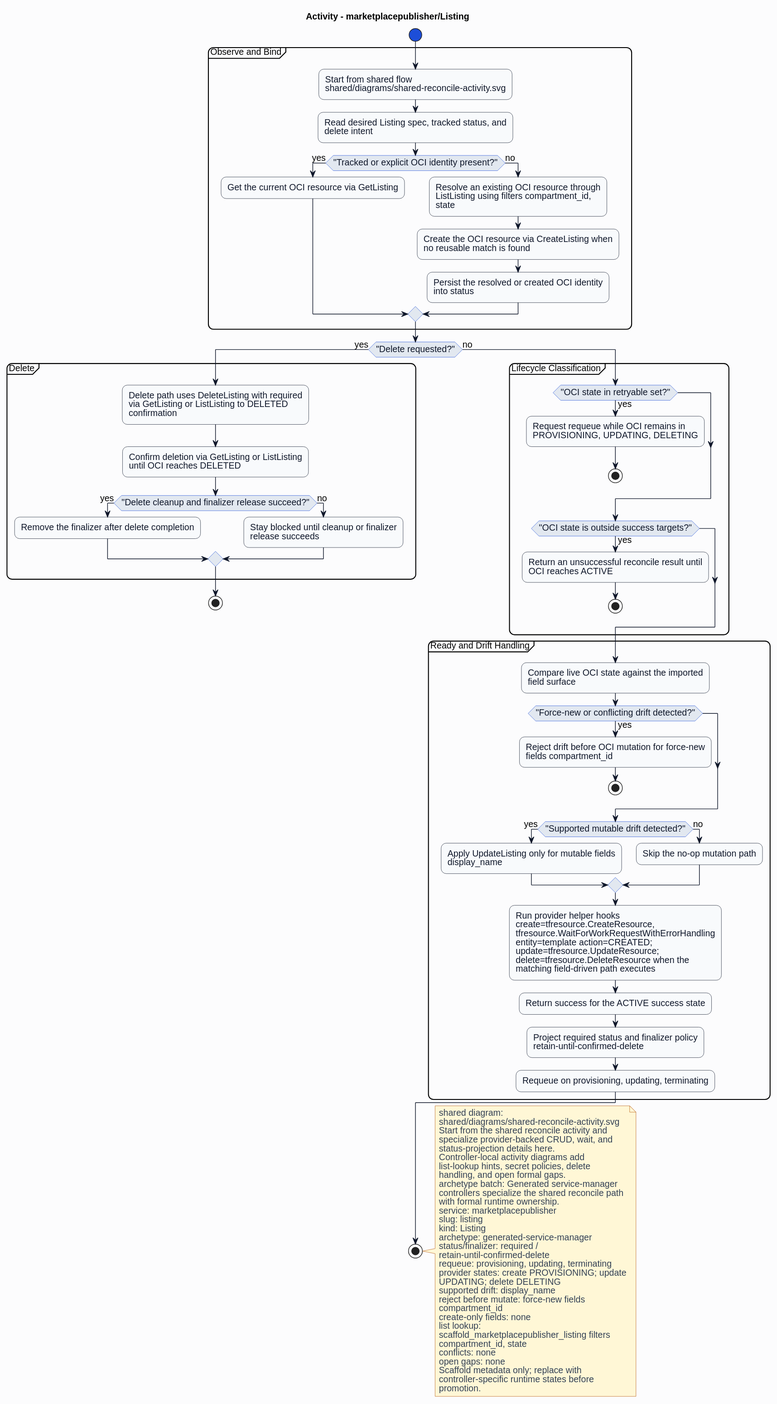
The PlantUML diagram formal/controllers/marketplacepublisher/listing/diagrams/activity.svg in HaoyL666/oci-service-operator, before a commit. Its diagram source:
```plantuml
@startuml
skinparam shadowing false
skinparam backgroundColor #fcfcfd
skinparam defaultFontName Helvetica
skinparam defaultFontSize 14
skinparam arrowColor #0f172a
skinparam noteBackgroundColor #fff7d6
skinparam noteBorderColor #b45309
skinparam noteFontColor #334155
skinparam roundcorner 16
title Activity - marketplacepublisher/Listing
skinparam activity {
  backgroundColor #f8fafc
  borderColor #0f172a
  fontColor #0f172a
  diamondBackgroundColor #e2e8f0
  diamondBorderColor #1d4ed8
  diamondFontColor #0f172a
  startColor #1d4ed8
  endColor #0f172a
  barColor #1d4ed8
}
start
partition "Observe and Bind" {
:Start from shared flow\nshared/diagrams/shared-reconcile-activity.svg;
:Read desired Listing spec, tracked status, and\ndelete intent;
if ("Tracked or explicit OCI identity present?") then (yes)
:Get the current OCI resource via GetListing;
else (no)
:Resolve an existing OCI resource through\nListListing using filters compartment_id,\nstate;
:Create the OCI resource via CreateListing when\nno reusable match is found;
:Persist the resolved or created OCI identity\ninto status;
endif
}
if ("Delete requested?") then (yes)
partition "Delete" {
:Delete path uses DeleteListing with required\nvia GetListing or ListListing to DELETED\nconfirmation;
:Confirm deletion via GetListing or ListListing\nuntil OCI reaches DELETED;
if ("Delete cleanup and finalizer release succeed?") then (yes)
:Remove the finalizer after delete completion;
else (no)
:Stay blocked until cleanup or finalizer\nrelease succeeds;
endif
}
stop
else (no)
partition "Lifecycle Classification" {
if ("OCI state in retryable set?") then (yes)
:Request requeue while OCI remains in\nPROVISIONING, UPDATING, DELETING;
stop
endif
if ("OCI state is outside success targets?") then (yes)
:Return an unsuccessful reconcile result until\nOCI reaches ACTIVE;
stop
endif
}
partition "Ready and Drift Handling" {
:Compare live OCI state against the imported\nfield surface;
if ("Force-new or conflicting drift detected?") then (yes)
:Reject drift before OCI mutation for force-new\nfields compartment_id;
stop
endif
if ("Supported mutable drift detected?") then (yes)
:Apply UpdateListing only for mutable fields\ndisplay_name;
else (no)
:Skip the no-op mutation path;
endif
:Run provider helper hooks\ncreate=tfresource.CreateResource,\ntfresource.WaitForWorkRequestWithErrorHandling\nentity=template action=CREATED;\nupdate=tfresource.UpdateResource;\ndelete=tfresource.DeleteResource when the\nmatching field-driven path executes;
:Return success for the ACTIVE success state;
:Project required status and finalizer policy\nretain-until-confirmed-delete;
:Requeue on provisioning, updating, terminating;
}
endif
stop
note right
shared diagram:
shared/diagrams/shared-reconcile-activity.svg
Start from the shared reconcile activity and
specialize provider-backed CRUD, wait, and
status-projection details here.
Controller-local activity diagrams add
list-lookup hints, secret policies, delete
handling, and open formal gaps.
archetype batch: Generated service-manager
controllers specialize the shared reconcile path
with formal runtime ownership.
service: marketplacepublisher
slug: listing
kind: Listing
archetype: generated-service-manager
status/finalizer: required /
retain-until-confirmed-delete
requeue: provisioning, updating, terminating
provider states: create PROVISIONING; update
UPDATING; delete DELETING
supported drift: display_name
reject before mutate: force-new fields
compartment_id
create-only fields: none
list lookup:
scaffold_marketplacepublisher_listing filters
compartment_id, state
conflicts: none
open gaps: none
Scaffold metadata only; replace with
controller-specific runtime states before
promotion.
end note
@enduml
```
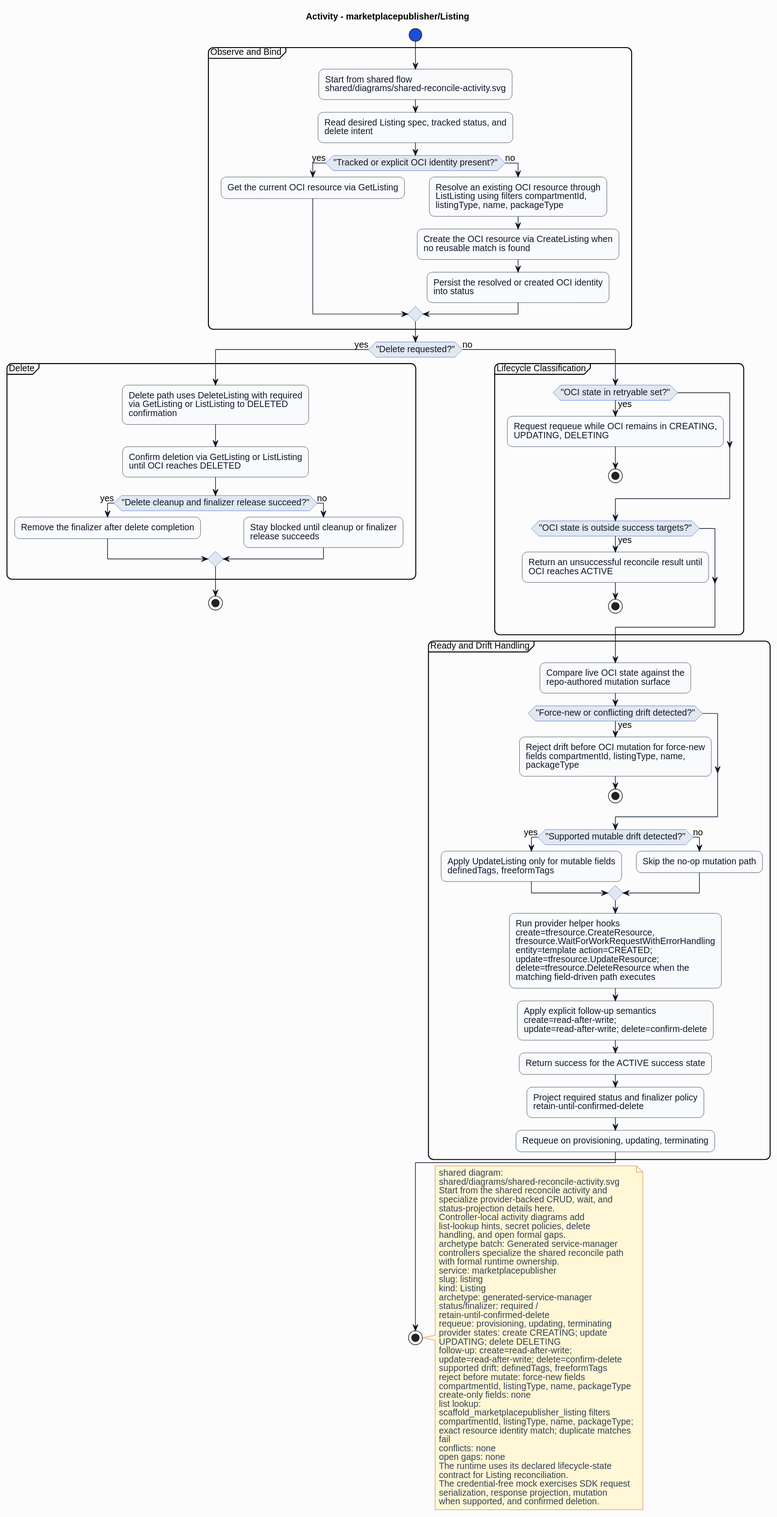
The same file after the commit.

What changed in the source:
```diff
@@ -27,7 +27,7 @@
 if ("Tracked or explicit OCI identity present?") then (yes)
 :Get the current OCI resource via GetListing;
 else (no)
-:Resolve an existing OCI resource through\nListListing using filters compartment_id,\nstate;
+:Resolve an existing OCI resource through\nListListing using filters compartmentId,\nlistingType, name, packageType;
 :Create the OCI resource via CreateListing when\nno reusable match is found;
 :Persist the resolved or created OCI identity\ninto status;
 endif
@@ -46,7 +46,7 @@
 else (no)
 partition "Lifecycle Classification" {
 if ("OCI state in retryable set?") then (yes)
-:Request requeue while OCI remains in\nPROVISIONING, UPDATING, DELETING;
+:Request requeue while OCI remains in CREATING,\nUPDATING, DELETING;
 stop
 endif
 if ("OCI state is outside success targets?") then (yes)
@@ -55,17 +55,18 @@
 endif
 }
 partition "Ready and Drift Handling" {
-:Compare live OCI state against the imported\nfield surface;
+:Compare live OCI state against the\nrepo-authored mutation surface;
 if ("Force-new or conflicting drift detected?") then (yes)
-:Reject drift before OCI mutation for force-new\nfields compartment_id;
+:Reject drift before OCI mutation for force-new\nfields compartmentId, listingType, name,\npackageType;
 stop
 endif
 if ("Supported mutable drift detected?") then (yes)
-:Apply UpdateListing only for mutable fields\ndisplay_name;
+:Apply UpdateListing only for mutable fields\ndefinedTags, freeformTags;
 else (no)
 :Skip the no-op mutation path;
 endif
 :Run provider helper hooks\ncreate=tfresource.CreateResource,\ntfresource.WaitForWorkRequestWithErrorHandling\nentity=template action=CREATED;\nupdate=tfresource.UpdateResource;\ndelete=tfresource.DeleteResource when the\nmatching field-driven path executes;
+:Apply explicit follow-up semantics\ncreate=read-after-write;\nupdate=read-after-write; delete=confirm-delete;
 :Return success for the ACTIVE success state;
 :Project required status and finalizer policy\nretain-until-confirmed-delete;
 :Requeue on provisioning, updating, terminating;
@@ -91,19 +92,25 @@
 status/finalizer: required /
 retain-until-confirmed-delete
 requeue: provisioning, updating, terminating
-provider states: create PROVISIONING; update
+provider states: create CREATING; update
 UPDATING; delete DELETING
-supported drift: display_name
+follow-up: create=read-after-write;
+update=read-after-write; delete=confirm-delete
+supported drift: definedTags, freeformTags
 reject before mutate: force-new fields
-compartment_id
+compartmentId, listingType, name, packageType
 create-only fields: none
 list lookup:
 scaffold_marketplacepublisher_listing filters
-compartment_id, state
+compartmentId, listingType, name, packageType;
+exact resource identity match; duplicate matches
+fail
 conflicts: none
 open gaps: none
-Scaffold metadata only; replace with
-controller-specific runtime states before
-promotion.
+The runtime uses its declared lifecycle-state
+contract for Listing reconciliation.
+The credential-free mock exercises SDK request
+serialization, response projection, mutation
+when supported, and confirmed deletion.
 end note
 @enduml
```
